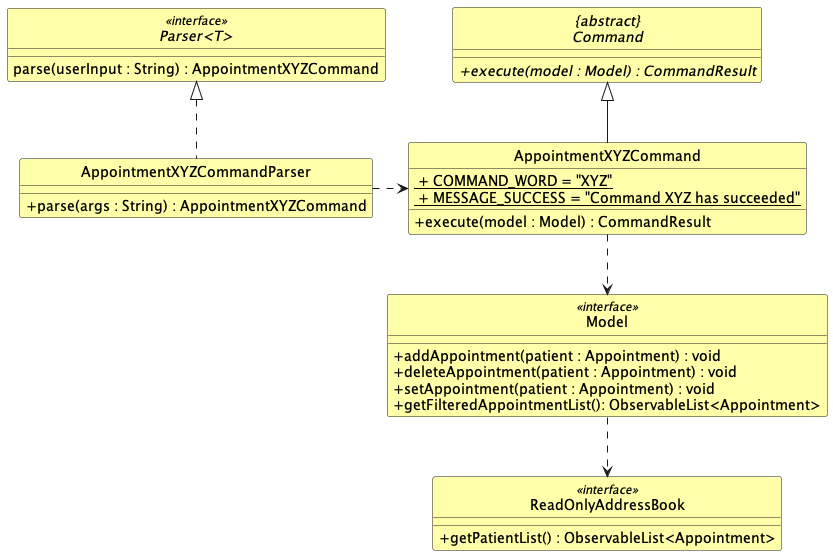
Earlier version of the PlantUML export docs/images/AppointmentCommandClassDiagram.png (nus-cs2103-AY2324S1/tp). Its diagram source:
```plantuml
@startuml
skinparam backgroundColor #ffffff
skinparam classAttributeIconSize 0
skinparam classBackgroundColor #FFFFAA
hide circle

class Model <<interface>> {
    + addAppointment(patient : Appointment) : void
    + deleteAppointment(patient : Appointment) : void
    + setAppointment(patient : Appointment) : void
    + getFilteredAppointmentList(): ObservableList<Appointment>
}

class ReadOnlyAddressBook <<interface>> {
    + getPatientList() : ObservableList<Appointment>
}

abstract class "{abstract}\nCommand" {
    + {abstract} execute(model : Model) : CommandResult
}

class AppointmentXYZCommand {
    <u> + COMMAND_WORD = "XYZ"
    <u> + MESSAGE_SUCCESS = "Command XYZ has succeeded"

    + execute(model : Model) : CommandResult
}

interface "Parser<T>" <<interface>> {
    parse(userInput : String) : AppointmentXYZCommand
}

class AppointmentXYZCommandParser implements "Parser<T>" {
    + parse(args : String) : AppointmentXYZCommand
}

Model ..> ReadOnlyAddressBook

AppointmentXYZCommand <..left AppointmentXYZCommandParser
AppointmentXYZCommand ..> Model
AppointmentXYZCommand --up|> "{abstract}\nCommand"
@enduml
```
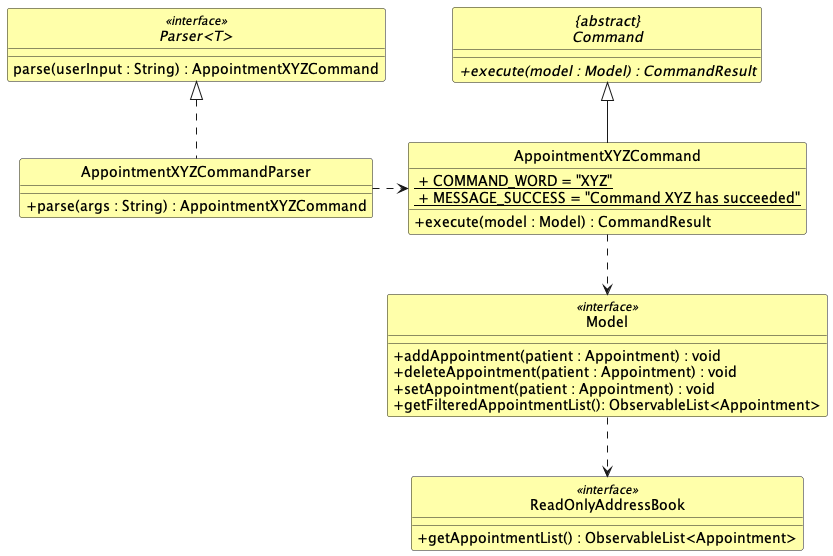
Later version of the same file.

Commit message:
Fix class diagram

The edit, as a diff of the source:
```diff
@@ -12,7 +12,7 @@
 }
 
 class ReadOnlyAddressBook <<interface>> {
-    + getPatientList() : ObservableList<Appointment>
+    + getAppointmentList() : ObservableList<Appointment>
 }
 
 abstract class "{abstract}\nCommand" {
```
